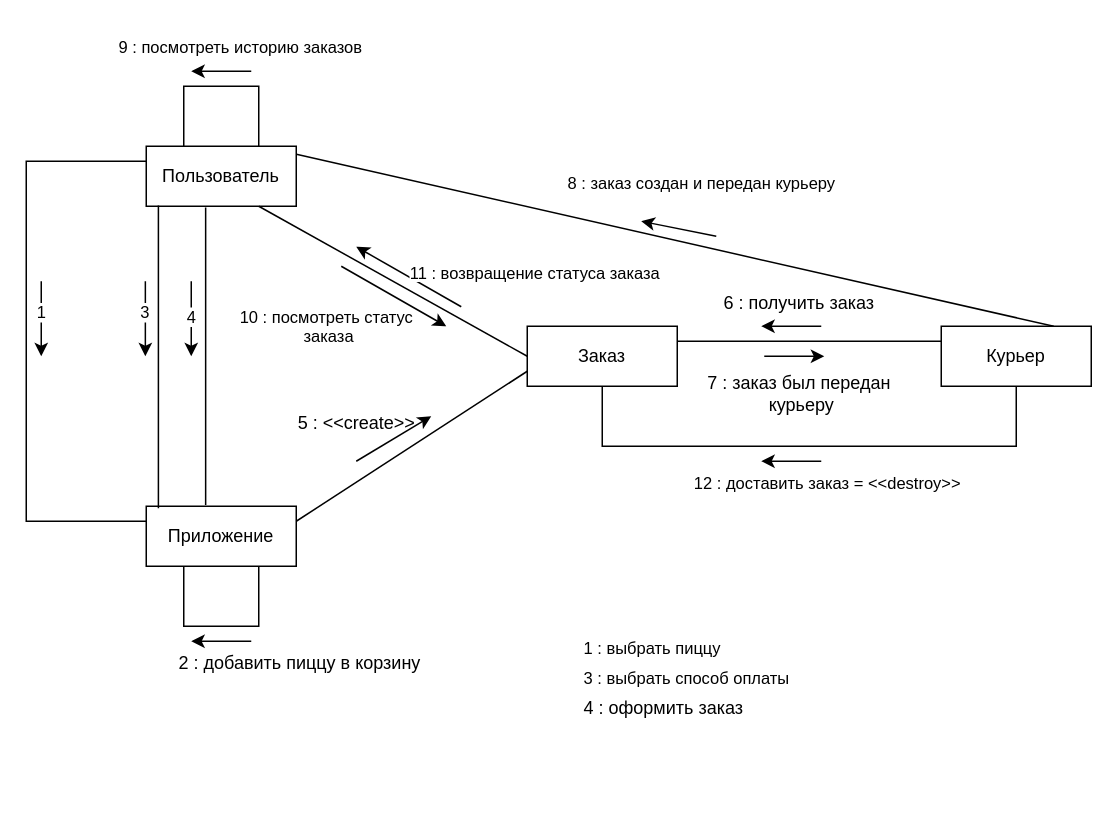
Above: ДиаграммаКоммуникуции.drawio in hard-gainer/UML (draw.io), before the change. Source tidied: cells renumbered, new cells numbered last; positions are measured from the earlier drawing's top-left corner, leaving out a move shared by most shapes. Both pictures are drawn from the tidied source at 150%, with x=0, y=0 at pixel (26, 26).
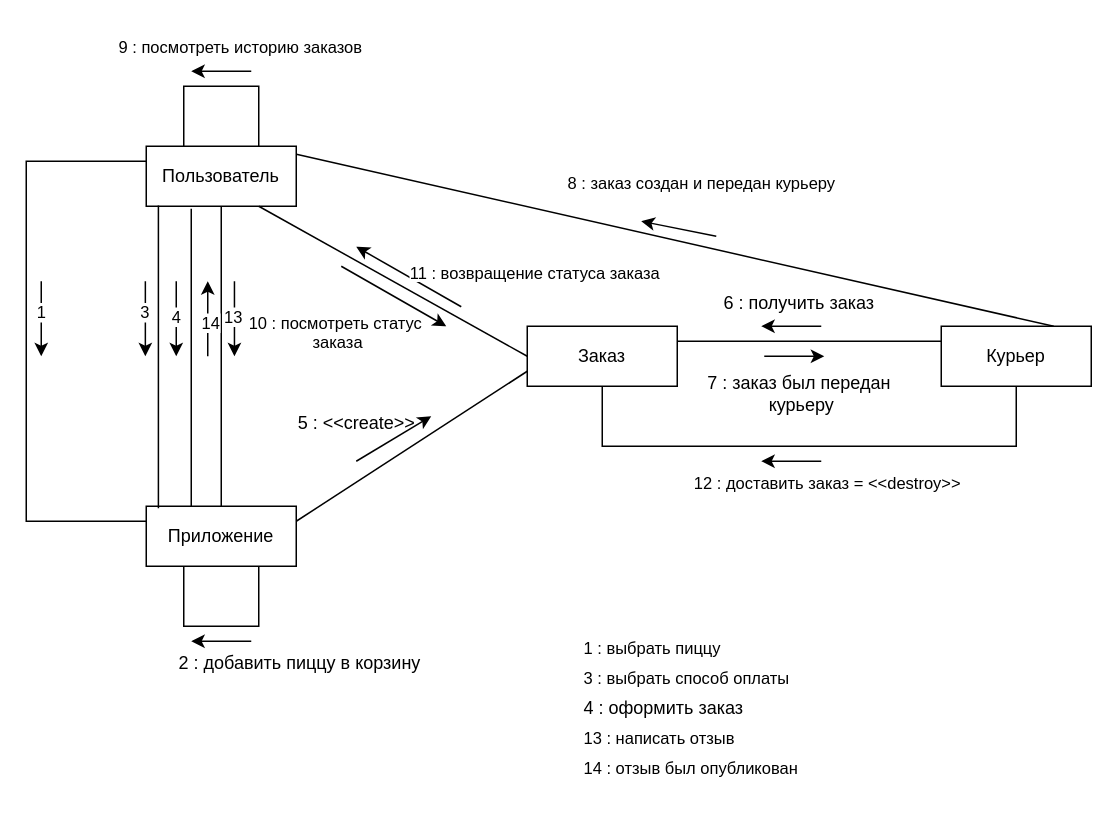
Above is the later version.

Unchanged cells that the change refers to:
```xml
<mxCell id="2" value="Пользователь" style="html=1;whiteSpace=wrap;" parent="1" vertex="1">
  <mxGeometry x="80" y="80" width="100" height="40" as="geometry" />
</mxCell>
<mxCell id="5" value="Приложение" style="html=1;whiteSpace=wrap;" parent="1" vertex="1">
  <mxGeometry x="80" y="320" width="100" height="40" as="geometry" />
</mxCell>
```

The edit, as a diff of the source:
```diff
@@
-    <mxCell id="7" style="endArrow=none;html=1;rounded=0;exitX=0.396;exitY=1.02;exitDx=0;exitDy=0;entryX=0.396;entryY=-0.02;entryDx=0;entryDy=0;exitPerimeter=0;entryPerimeter=0;" parent="1" edge="1" source="2" target="5">
-      <mxGeometry relative="1" as="geometry" />
+    <mxCell id="7" style="endArrow=none;html=1;rounded=0;exitX=0.396;exitY=1.02;exitDx=0;exitDy=0;entryX=0.396;entryY=-0.02;entryDx=0;entryDy=0;exitPerimeter=0;entryPerimeter=0;" parent="1" edge="1">
+      <mxGeometry relative="1" as="geometry">
+        <mxPoint x="110" y="121.6" as="sourcePoint" />
+        <mxPoint x="110" y="320" as="targetPoint" />
+      </mxGeometry>
     </mxCell>
@@
     <mxCell id="19" style="endArrow=classic;html=1;rounded=0;" parent="1" edge="1">
       <mxGeometry relative="1" as="geometry">
-        <mxPoint x="110" y="170" as="sourcePoint" />
-        <mxPoint x="110" y="220" as="targetPoint" />
+        <mxPoint x="100" y="170" as="sourcePoint" />
+        <mxPoint x="100" y="220" as="targetPoint" />
         <Array as="points">
-          <mxPoint x="110" y="200" />
+          <mxPoint x="100" y="200" />
         </Array>
       </mxGeometry>
     </mxCell>
@@
     <mxCell id="21" value="&lt;span style=&quot;font-size: 11px; background-color: rgb(255, 255, 255);&quot;&gt;10 : посмотреть статус&lt;/span&gt;&lt;div style=&quot;font-size: 11px;&quot;&gt;&amp;nbsp;заказа&lt;/div&gt;" style="text;html=1;align=center;verticalAlign=middle;strokeColor=none;fillColor=none;" parent="1" vertex="1">
-      <mxGeometry x="130" y="180" width="140" height="40" as="geometry" />
+      <mxGeometry x="136" y="184" width="140" height="40" as="geometry" />
     </mxCell>
@@
+    <mxCell id="43" style="endArrow=none;html=1;rounded=0;entryX=0.5;entryY=1;entryDx=0;entryDy=0;exitX=0.5;exitY=0;exitDx=0;exitDy=0;" parent="1" edge="1" source="5" target="2">
+      <mxGeometry relative="1" as="geometry" />
+    </mxCell>
+    <mxCell id="44" style="endArrow=classic;html=1;rounded=0;" parent="1" edge="1">
+      <mxGeometry relative="1" as="geometry">
+        <mxPoint x="138.8" y="170" as="sourcePoint" />
+        <mxPoint x="138.8" y="220" as="targetPoint" />
+        <Array as="points">
+          <mxPoint x="138.8" y="200" />
+        </Array>
+      </mxGeometry>
+    </mxCell>
+    <mxCell id="45" value="13" style="edgeLabel;html=1;align=center;verticalAlign=middle;" parent="44" vertex="1">
+      <mxGeometry x="-0.09" y="-1" relative="1" as="geometry" />
+    </mxCell>
+    <mxCell id="46" style="endArrow=classic;html=1;rounded=0;" parent="1" edge="1">
+      <mxGeometry relative="1" as="geometry">
+        <mxPoint x="121" y="220" as="sourcePoint" />
+        <mxPoint x="121" y="170" as="targetPoint" />
+        <Array as="points">
+          <mxPoint x="121" y="205" />
+        </Array>
+      </mxGeometry>
+    </mxCell>
+    <mxCell id="47" value="14" style="edgeLabel;html=1;align=center;verticalAlign=middle;" parent="46" vertex="1">
+      <mxGeometry x="-0.09" y="-1" relative="1" as="geometry" />
+    </mxCell>
+    <mxCell id="48" value="&lt;span style=&quot;font-size: 11px; background-color: rgb(255, 255, 255);&quot;&gt;13 : написать отзыв&lt;/span&gt;" style="text;html=1;align=left;verticalAlign=middle;strokeColor=none;fillColor=none;" parent="1" vertex="1">
+      <mxGeometry x="370" y="460" width="120" height="30" as="geometry" />
+    </mxCell>
+    <mxCell id="49" value="&lt;span style=&quot;font-size: 11px; background-color: rgb(255, 255, 255);&quot;&gt;14 : отзыв был опубликован&lt;/span&gt;" style="text;html=1;align=left;verticalAlign=middle;strokeColor=none;fillColor=none;" parent="1" vertex="1">
+      <mxGeometry x="370" y="480" width="170" height="30" as="geometry" />
+    </mxCell>
```
